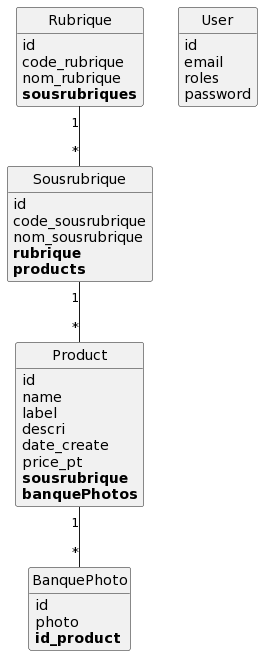
Before: puml/index.png, a diagram exported from PlantUML (jeanmarie80000/village_green_project).
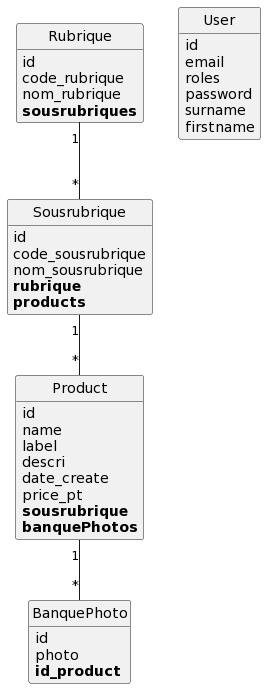
After the change.

Change to the diagram source:
```diff
@@ -36,6 +36,8 @@
 	email
 	roles
 	password
+	surname
+	firstname
 }
 
 Product "1"--"*" BanquePhoto
```
